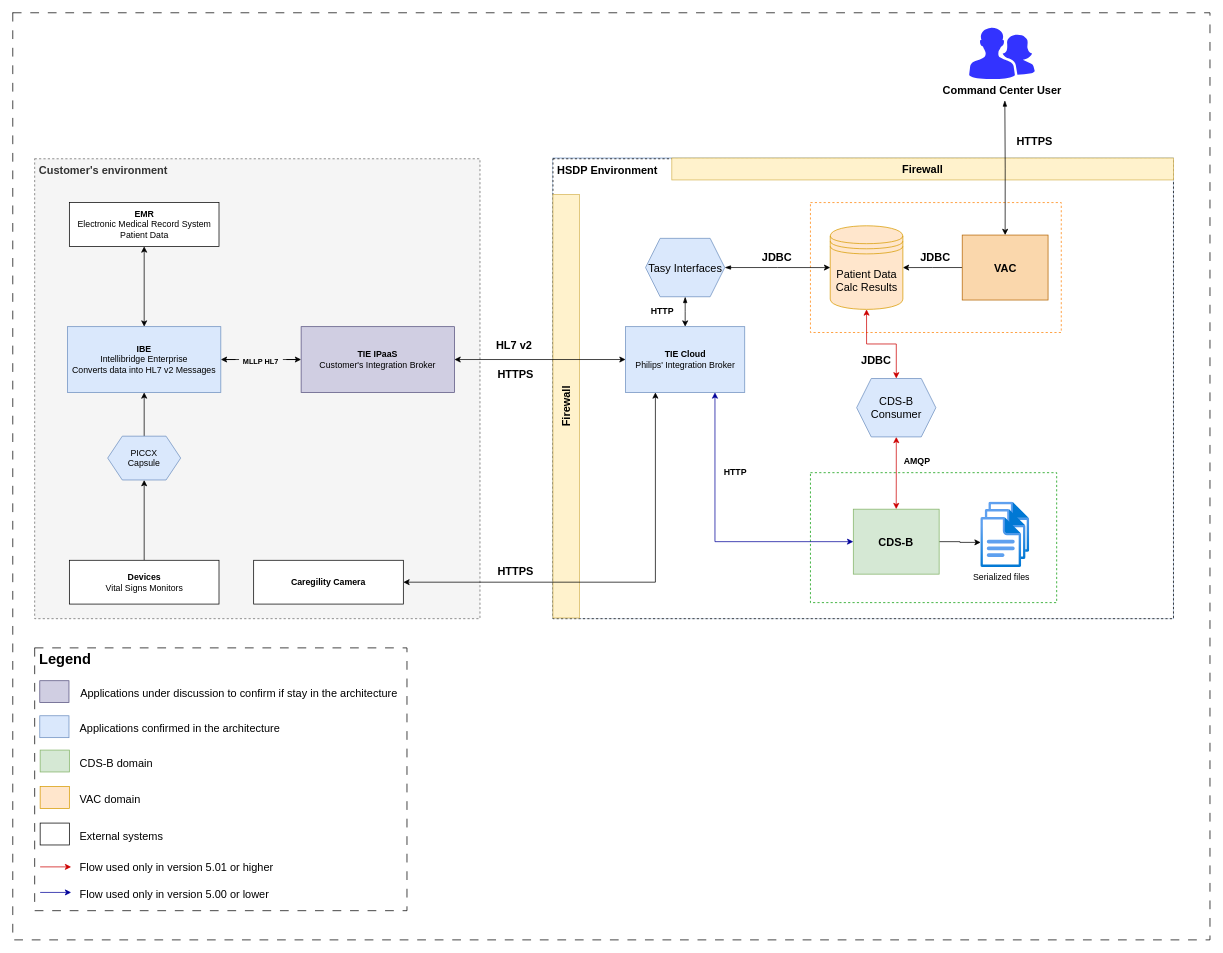
This is VAC_Data_Flow.drawio from ez-philips/draw_io_diagrams, a draw.io file, before an edit. Source tidied: cells renumbered, new cells numbered last; positions are measured from the earlier drawing's top-left corner, leaving out a move shared by most shapes. Both pictures are drawn from the tidied source at 73%, with x=0, y=0 at pixel (12, 12).
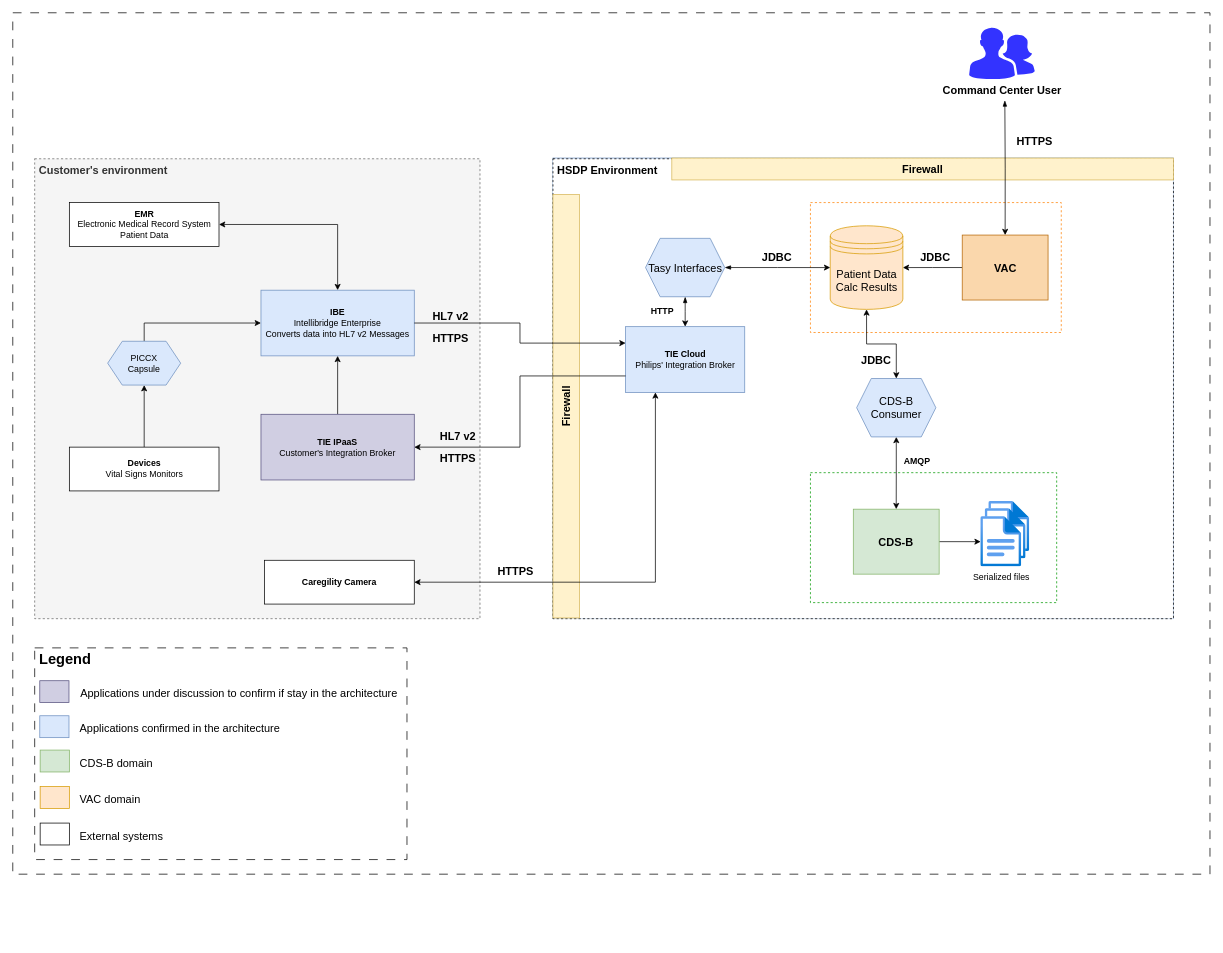
The same page after the edit.

Unchanged cells that the change refers to:
```xml
<mxCell id="16" style="group;fillColor=#dae8fc;strokeColor=#6c8ebf;" parent="1" vertex="1">
  <mxGeometry x="740" y="199" width="850" height="631" as="geometry" />
</mxCell>
<mxCell id="20" value="&lt;b&gt;TIE Cloud&lt;/b&gt;&lt;br&gt;Philips' Integration Broker" style="rounded=0;whiteSpace=wrap;html=1;fillColor=#dae8fc;strokeColor=#6c8ebf;" parent="16" vertex="1">
  <mxGeometry x="99.5" y="231" width="163.2" height="90" as="geometry" />
</mxCell>
<mxCell id="24" value="Patient Data&lt;br&gt;Calc Results" style="shape=datastore;whiteSpace=wrap;html=1;fontSize=15;fillColor=#ffe6cc;strokeColor=#d79b00;" parent="16" vertex="1">
  <mxGeometry x="379.8" y="92.8" width="99.5" height="114.5" as="geometry" />
</mxCell>
<mxCell id="28" value="&lt;b&gt;CDS-B&lt;/b&gt;" style="rounded=0;whiteSpace=wrap;html=1;fontSize=15;fillColor=#d5e8d4;strokeColor=#82b366;" parent="16" vertex="1">
  <mxGeometry x="411.4" y="481" width="117.6" height="89" as="geometry" />
</mxCell>
<mxCell id="39" value="CDS-B Consumer" style="shape=hexagon;perimeter=hexagonPerimeter2;whiteSpace=wrap;html=1;fixedSize=1;fontSize=15;fillColor=#dae8fc;strokeColor=#6c8ebf;" parent="16" vertex="1">
  <mxGeometry x="416" y="302" width="108.5" height="80" as="geometry" />
</mxCell>
```

Change to the diagram source:
```diff
@@
     <mxCell id="2" style="rounded=0;whiteSpace=wrap;html=1;dashed=1;dashPattern=12 12;fontSize=15;" parent="1" vertex="1">
-      <mxGeometry width="1640" height="1270" as="geometry" />
+      <mxGeometry width="1640" height="1180" as="geometry" />
     </mxCell>
     <mxCell id="3" style="rounded=0;whiteSpace=wrap;html=1;fontSize=15;dashed=1;dashPattern=12 12;" parent="1" vertex="1">
-      <mxGeometry x="30" y="870" width="510" height="360" as="geometry" />
+      <mxGeometry x="30" y="870" width="510" height="290" as="geometry" />
     </mxCell>
@@
     <mxCell id="8" value="&lt;b&gt;Devices&lt;br&gt;&lt;/b&gt;Vital Signs Monitors" style="rounded=0;whiteSpace=wrap;html=1;" parent="1" vertex="1">
-      <mxGeometry x="77.5" y="750" width="205" height="60" as="geometry" />
+      <mxGeometry x="77.5" y="595" width="205" height="60" as="geometry" />
     </mxCell>
-    <mxCell id="9" style="edgeStyle=orthogonalEdgeStyle;rounded=0;jettySize=auto;html=1;entryX=0.5;entryY=1;entryDx=0;entryDy=0;strokeColor=#000000;startArrow=none;startFill=0;endArrow=classic;endFill=1;exitX=0.5;exitY=0;exitDx=0;exitDy=0;" parent="1" edge="1" source="10" target="12">
+    <mxCell id="9" style="edgeStyle=orthogonalEdgeStyle;rounded=0;jettySize=auto;html=1;entryX=0;entryY=0.5;entryDx=0;entryDy=0;strokeColor=#000000;startArrow=none;startFill=0;endArrow=classic;endFill=1;exitX=0.5;exitY=0;exitDx=0;exitDy=0;" parent="1" edge="1" source="10" target="12">
       <mxGeometry relative="1" as="geometry" />
     </mxCell>
     <mxCell id="10" value="PICCX&lt;br&gt;Capsule" style="shape=hexagon;perimeter=hexagonPerimeter2;whiteSpace=wrap;html=1;fixedSize=1;fillColor=#dae8fc;strokeColor=#6c8ebf;" parent="1" vertex="1">
-      <mxGeometry x="130" y="580" width="100" height="60" as="geometry" />
+      <mxGeometry x="130" y="450" width="100" height="60" as="geometry" />
     </mxCell>
-    <mxCell id="11" style="edgeStyle=orthogonalEdgeStyle;rounded=0;jettySize=auto;html=1;entryX=0;entryY=0.5;entryDx=0;entryDy=0;fontSize=15;startArrow=none;" parent="1" edge="1" source="15" target="13">
-      <mxGeometry relative="1" as="geometry" />
-    </mxCell>
     <mxCell id="12" value="&lt;b&gt;IBE&lt;/b&gt;&lt;br&gt;Intellibridge Enterprise&lt;br&gt;Converts data into HL7 v2 Messages" style="rounded=0;whiteSpace=wrap;html=1;fillColor=#dae8fc;strokeColor=#6c8ebf;" parent="1" vertex="1">
-      <mxGeometry x="75" y="430" width="210" height="90" as="geometry" />
+      <mxGeometry x="340" y="380" width="210" height="90" as="geometry" />
     </mxCell>
+    <mxCell id="69" style="edgeStyle=orthogonalEdgeStyle;rounded=0;jettySize=auto;html=1;entryX=0.5;entryY=1;entryDx=0;entryDy=0;" parent="1" edge="1" source="13" target="12">
+      <mxGeometry relative="1" as="geometry" />
+    </mxCell>
     <mxCell id="13" value="&lt;b&gt;TIE IPaaS&lt;/b&gt;&lt;br&gt;Customer's Integration Broker" style="rounded=0;whiteSpace=wrap;html=1;fillColor=#d0cee2;strokeColor=#56517e;" parent="1" vertex="1">
-      <mxGeometry x="395" y="430" width="210" height="90" as="geometry" />
+      <mxGeometry x="340" y="550" width="210" height="90" as="geometry" />
     </mxCell>
-    <mxCell id="14" style="edgeStyle=orthogonalEdgeStyle;rounded=0;jettySize=auto;html=1;entryX=0;entryY=0.5;entryDx=0;entryDy=0;fontSize=15;endArrow=none;startArrow=classic;startFill=1;" parent="1" edge="1" source="12" target="15">
-      <mxGeometry relative="1" as="geometry" />
-    </mxCell>
-    <mxCell id="15" value="&lt;font style=&quot;font-size: 10px;&quot;&gt;&lt;b&gt;MLLP HL7&lt;/b&gt;&lt;/font&gt;" style="text;html=1;strokeColor=none;fillColor=none;align=center;verticalAlign=middle;whiteSpace=wrap;rounded=0;fontSize=15;" parent="1" vertex="1">
-      <mxGeometry x="310" y="460" width="60" height="30" as="geometry" />
-    </mxCell>
@@
-    <mxCell id="29" style="edgeStyle=orthogonalEdgeStyle;rounded=0;jettySize=auto;html=1;entryX=0;entryY=0.5;entryDx=0;entryDy=0;fontSize=15;fontColor=#000000;startArrow=classic;startFill=1;exitX=0.75;exitY=1;exitDx=0;exitDy=0;strokeColor=#000099;" parent="16" edge="1" source="20" target="28">
-      <mxGeometry relative="1" as="geometry">
-        <Array as="points">
-          <mxPoint x="222" y="526" />
-        </Array>
-      </mxGeometry>
-    </mxCell>
@@
     <mxCell id="33" style="group;" parent="16" vertex="1">
-      <mxGeometry x="585.9" y="471" width="67" height="90" as="geometry" />
+      <mxGeometry x="585.9" y="470" width="67" height="90" as="geometry" />
     </mxCell>
@@
-    <mxCell id="37" style="edgeStyle=orthogonalEdgeStyle;rounded=0;jettySize=auto;html=1;entryX=0.5;entryY=1;entryDx=0;entryDy=0;startArrow=classic;startFill=1;fillColor=#f8cecc;strokeColor=#CC0000;" parent="16" edge="1" source="39" target="24">
+    <mxCell id="37" style="edgeStyle=orthogonalEdgeStyle;rounded=0;jettySize=auto;html=1;entryX=0.5;entryY=1;entryDx=0;entryDy=0;startArrow=classic;startFill=1;fillColor=#f8cecc;strokeColor=#000000;" parent="16" edge="1" source="39" target="24">
       <mxGeometry relative="1" as="geometry" />
     </mxCell>
-    <mxCell id="38" style="edgeStyle=orthogonalEdgeStyle;rounded=0;jettySize=auto;html=1;entryX=0.5;entryY=0;entryDx=0;entryDy=0;startArrow=classic;startFill=1;strokeColor=#CC0000;" parent="16" edge="1" source="39" target="28">
+    <mxCell id="38" style="edgeStyle=orthogonalEdgeStyle;rounded=0;jettySize=auto;html=1;entryX=0.5;entryY=0;entryDx=0;entryDy=0;startArrow=classic;startFill=1;strokeColor=#000000;" parent="16" edge="1" source="39" target="28">
       <mxGeometry relative="1" as="geometry" />
     </mxCell>
@@
-    <mxCell id="41" value="&lt;b&gt;HTTP&lt;/b&gt;" style="text;html=1;strokeColor=none;fillColor=none;align=center;verticalAlign=middle;whiteSpace=wrap;rounded=0;" parent="16" vertex="1">
-      <mxGeometry x="220" y="414.5" width="60" height="30" as="geometry" />
-    </mxCell>
@@
-    <mxCell id="45" style="edgeStyle=orthogonalEdgeStyle;rounded=0;jettySize=auto;html=1;entryX=0;entryY=0.5;entryDx=0;entryDy=0;fontSize=15;fontColor=#000000;startArrow=classic;startFill=1;" parent="1" edge="1" source="13" target="20">
+    <mxCell id="45" style="edgeStyle=orthogonalEdgeStyle;rounded=0;jettySize=auto;html=1;entryX=0;entryY=0.75;entryDx=0;entryDy=0;fontSize=15;fontColor=#000000;startArrow=classic;startFill=1;endArrow=none;endFill=0;" parent="1" edge="1" source="13" target="20">
       <mxGeometry relative="1" as="geometry" />
     </mxCell>
     <mxCell id="46" value="&lt;b&gt;HL7 v2&lt;/b&gt;" style="text;html=1;strokeColor=none;fillColor=none;align=center;verticalAlign=middle;whiteSpace=wrap;rounded=0;fontSize=15;fontColor=#000000;" parent="1" vertex="1">
-      <mxGeometry x="657" y="440" width="60" height="30" as="geometry" />
+      <mxGeometry x="580" y="565" width="60" height="30" as="geometry" />
     </mxCell>
     <mxCell id="47" value="&lt;b&gt;HTTPS&lt;/b&gt;" style="text;html=1;strokeColor=none;fillColor=none;align=center;verticalAlign=middle;whiteSpace=wrap;rounded=0;fontSize=15;fontColor=#000000;" parent="1" vertex="1">
-      <mxGeometry x="659" y="480" width="60" height="30" as="geometry" />
+      <mxGeometry x="580" y="595" width="60" height="30" as="geometry" />
     </mxCell>
@@
     <mxCell id="52" value="&lt;b&gt;Caregility Camera&lt;/b&gt;" style="rounded=0;whiteSpace=wrap;html=1;" parent="1" vertex="1">
-      <mxGeometry x="330" y="750" width="205" height="60" as="geometry" />
+      <mxGeometry x="345" y="750" width="205" height="60" as="geometry" />
     </mxCell>
@@
-    <mxCell id="65" style="endArrow=classic;html=1;rounded=0;strokeColor=#CC0000;fontSize=15;" parent="1" edge="1">
-      <mxGeometry relative="1" as="geometry">
-        <mxPoint x="37.5" y="1170" as="sourcePoint" />
-        <mxPoint x="80" y="1170" as="targetPoint" />
-        <Array as="points">
-          <mxPoint x="37.5" y="1170" />
-        </Array>
-      </mxGeometry>
-    </mxCell>
-    <mxCell id="66" value="&lt;font style=&quot;font-size: 15px;&quot;&gt;Flow used only in version 5.01 or higher&lt;/font&gt;" style="text;html=1;strokeColor=none;fillColor=none;align=left;verticalAlign=middle;whiteSpace=wrap;rounded=0;fontSize=20;" parent="1" vertex="1">
-      <mxGeometry x="90" y="1153" width="418" height="30" as="geometry" />
-    </mxCell>
-    <mxCell id="67" style="endArrow=classic;html=1;rounded=0;strokeColor=#000099;fontSize=15;" parent="1" edge="1">
-      <mxGeometry relative="1" as="geometry">
-        <mxPoint x="37.5" y="1205" as="sourcePoint" />
-        <mxPoint x="80" y="1205" as="targetPoint" />
-        <Array as="points">
-          <mxPoint x="37.5" y="1205" />
-        </Array>
-      </mxGeometry>
-    </mxCell>
-    <mxCell id="68" value="&lt;font style=&quot;font-size: 15px;&quot;&gt;Flow used only in version 5.00 or lower&lt;/font&gt;" style="text;html=1;strokeColor=none;fillColor=none;align=left;verticalAlign=middle;whiteSpace=wrap;rounded=0;fontSize=20;" parent="1" vertex="1">
-      <mxGeometry x="90" y="1190" width="418" height="30" as="geometry" />
-    </mxCell>
+    <mxCell id="70" style="edgeStyle=orthogonalEdgeStyle;rounded=0;jettySize=auto;html=1;entryX=0;entryY=0.25;entryDx=0;entryDy=0;" parent="1" edge="1" source="12" target="20">
+      <mxGeometry relative="1" as="geometry" />
+    </mxCell>
+    <mxCell id="71" value="&lt;b&gt;HTTPS&lt;/b&gt;" style="text;html=1;strokeColor=none;fillColor=none;align=center;verticalAlign=middle;whiteSpace=wrap;rounded=0;fontSize=15;fontColor=#000000;" parent="1" vertex="1">
+      <mxGeometry x="570" y="430" width="60" height="30" as="geometry" />
+    </mxCell>
+    <mxCell id="72" value="&lt;b&gt;HL7 v2&lt;/b&gt;" style="text;html=1;strokeColor=none;fillColor=none;align=center;verticalAlign=middle;whiteSpace=wrap;rounded=0;fontSize=15;fontColor=#000000;" parent="1" vertex="1">
+      <mxGeometry x="570" y="400" width="60" height="30" as="geometry" />
+    </mxCell>
```
